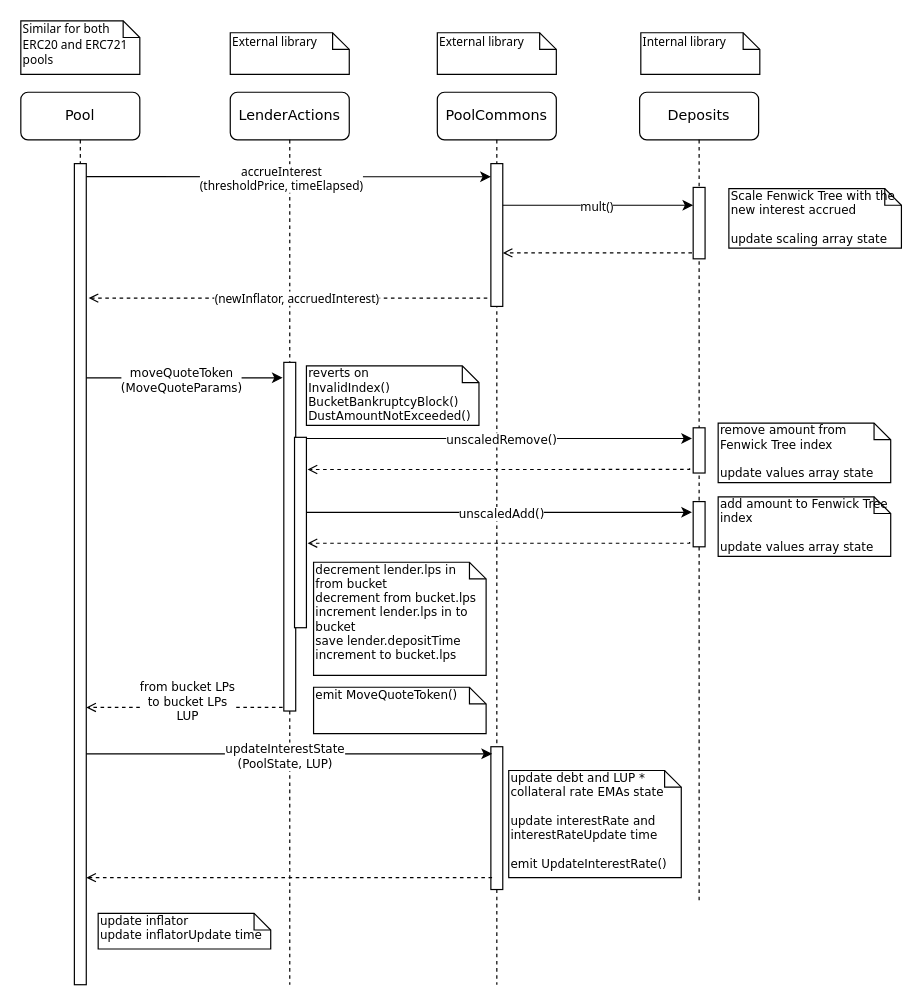
Earlier version of the draw.io diagram docs/drawio/moveQuoteToken.drawio (ajna-finance/ajna-core). Source tidied: cells renumbered, new cells numbered last; positions are measured from the earlier drawing's top-left corner, leaving out a move shared by most shapes. Both pictures are drawn from the tidied source at 119%, with x=0, y=0 at pixel (20, 20).
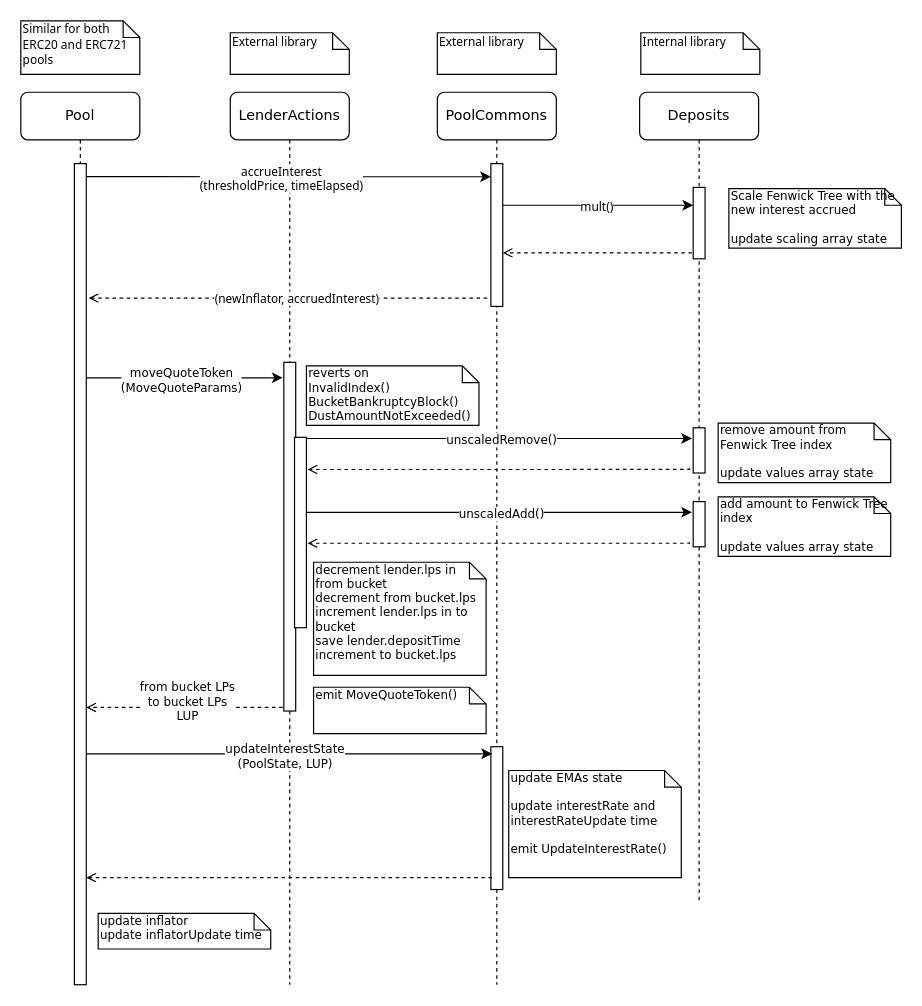
The same page after the edit.

Change to the diagram source:
```diff
@@
-    <mxCell id="38" value="&lt;div&gt;update debt and LUP * collateral rate EMAs state&lt;/div&gt;&lt;div&gt;&lt;br&gt;&lt;/div&gt;&lt;div&gt;update interestRate and interestRateUpdate time&lt;br&gt;&lt;/div&gt;&lt;div&gt;&lt;br&gt;&lt;/div&gt;&lt;div&gt;emit UpdateInterestRate()&lt;br&gt;&lt;/div&gt;" style="shape=note;whiteSpace=wrap;html=1;size=14;verticalAlign=top;align=left;spacingTop=-6;rounded=0;shadow=0;comic=0;labelBackgroundColor=none;strokeWidth=1;fontFamily=Verdana;fontSize=10;" parent="1" vertex="1">
+    <mxCell id="38" value="&lt;div&gt;update EMAs state&lt;/div&gt;&lt;div&gt;&lt;br&gt;&lt;/div&gt;&lt;div&gt;update interestRate and interestRateUpdate time&lt;br&gt;&lt;/div&gt;&lt;div&gt;&lt;br&gt;&lt;/div&gt;&lt;div&gt;emit UpdateInterestRate()&lt;br&gt;&lt;/div&gt;" style="shape=note;whiteSpace=wrap;html=1;size=14;verticalAlign=top;align=left;spacingTop=-6;rounded=0;shadow=0;comic=0;labelBackgroundColor=none;strokeWidth=1;fontFamily=Verdana;fontSize=10;" parent="1" vertex="1">
       <mxGeometry x="410" y="630" width="145" height="90" as="geometry" />
     </mxCell>
```
